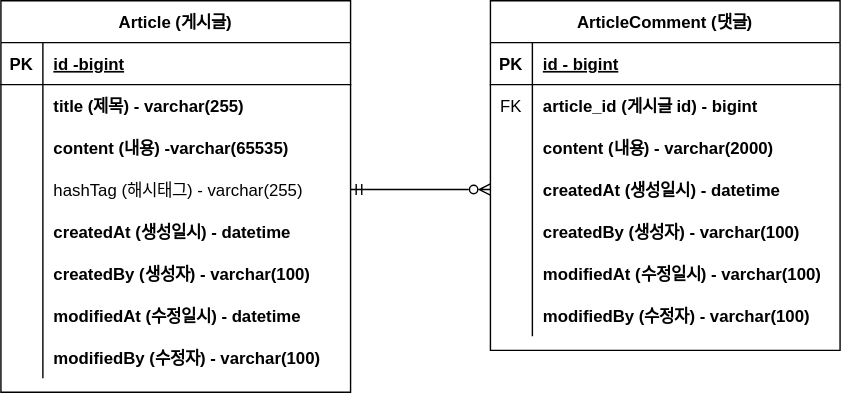
Earlier version of the draw.io export document/project-board-erd.svg (zeesouth/board). Source tidied: cells renumbered, new cells last; positions are measured from the earlier drawing's top-left corner, leaving out a move shared by most shapes.
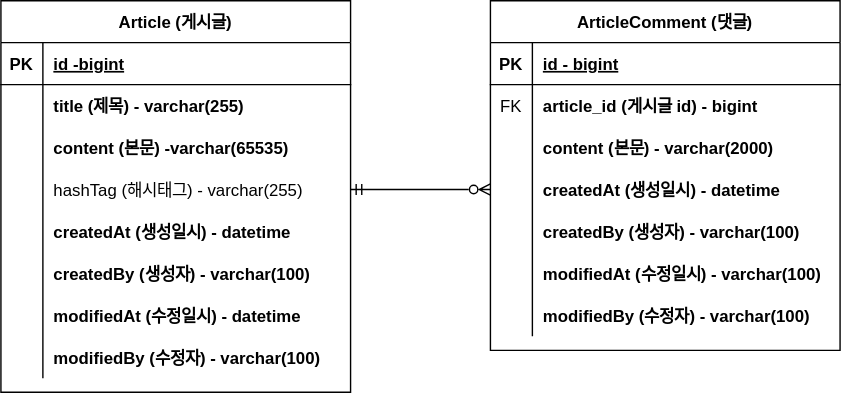
After the change.

Commit message:
#8 - ERD 주석 업데이트 : project-board-erd.svg

The edit, as a diff of the source:
```diff
@@ -29,7 +29,7 @@
     <mxCell id="10" style="shape=partialRectangle;overflow=hidden;fillColor=none;top=0;left=0;bottom=0;right=0;" parent="9" vertex="1">
       <mxGeometry width="30" height="30" as="geometry" />
     </mxCell>
-    <mxCell id="11" value="content (내용) -varchar(65535)" style="shape=partialRectangle;overflow=hidden;fillColor=none;top=0;left=0;bottom=0;right=0;align=left;spacingLeft=6;fontStyle=1;" parent="9" vertex="1">
+    <mxCell id="11" value="content (본문) -varchar(65535)" style="shape=partialRectangle;overflow=hidden;fillColor=none;top=0;left=0;bottom=0;right=0;align=left;spacingLeft=6;fontStyle=1;" parent="9" vertex="1">
       <mxGeometry x="30" width="220" height="30" as="geometry" />
     </mxCell>
     <mxCell id="12" style="shape=partialRectangle;fillColor=none;points=[[0,0.5],[1,0.5]];portConstraint=eastwest;top=0;left=0;right=0;bottom=0;" parent="2" vertex="1">
@@ -104,7 +104,7 @@
     <mxCell id="35" style="shape=partialRectangle;overflow=hidden;fillColor=none;top=0;left=0;bottom=0;right=0;" parent="34" vertex="1">
       <mxGeometry width="30" height="30" as="geometry" />
     </mxCell>
-    <mxCell id="36" value="content (내용) - varchar(2000)" style="shape=partialRectangle;overflow=hidden;fillColor=none;top=0;left=0;bottom=0;right=0;align=left;spacingLeft=6;fontStyle=1;" parent="34" vertex="1">
+    <mxCell id="36" value="content (본문) - varchar(2000)" style="shape=partialRectangle;overflow=hidden;fillColor=none;top=0;left=0;bottom=0;right=0;align=left;spacingLeft=6;fontStyle=1;" parent="34" vertex="1">
       <mxGeometry x="30" width="220" height="30" as="geometry" />
     </mxCell>
     <mxCell id="37" style="shape=partialRectangle;fillColor=none;points=[[0,0.5],[1,0.5]];portConstraint=eastwest;top=0;left=0;right=0;bottom=0;" parent="27" vertex="1">
```
